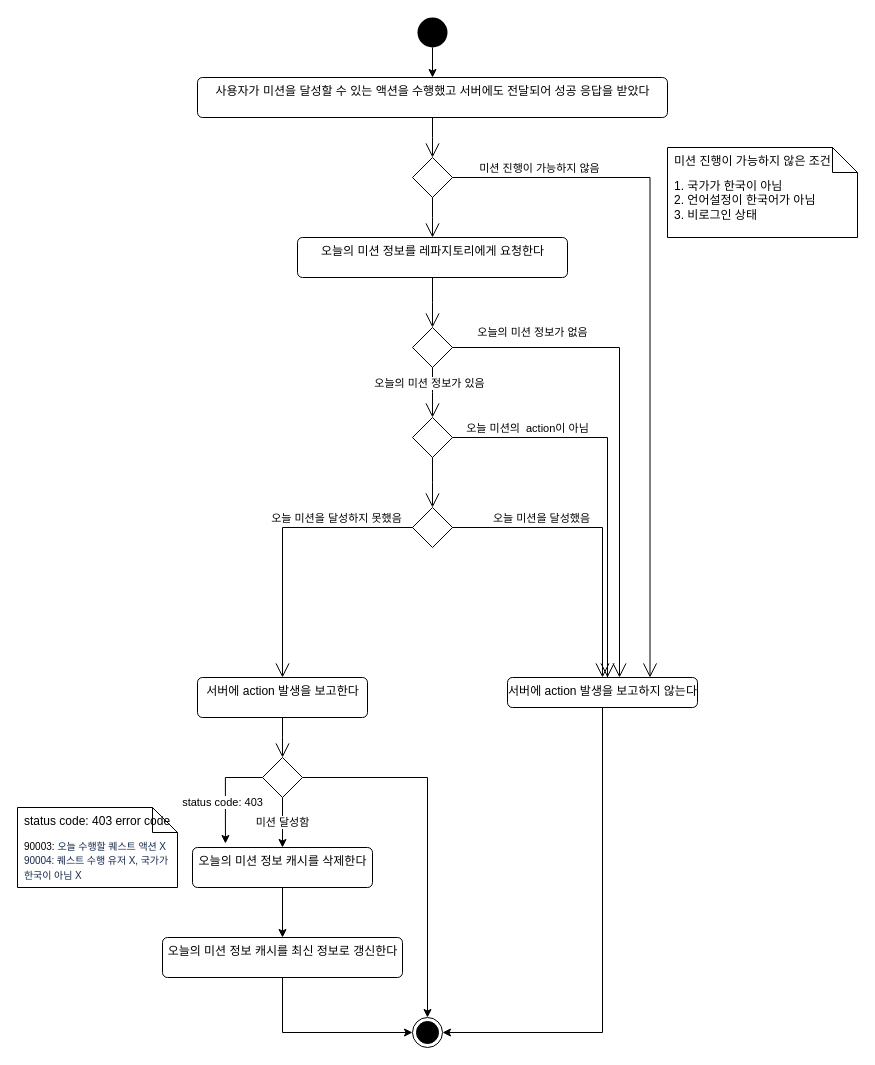
Earlier version of the draw.io diagram Untitled Diagram.drawio (gookhee/diagrams). Source tidied: cells renumbered, new cells numbered last; positions are measured from the earlier drawing's top-left corner, leaving out a move shared by most shapes. Both pictures are drawn from the tidied source at 100%, with x=0, y=0 at pixel (17, 17).
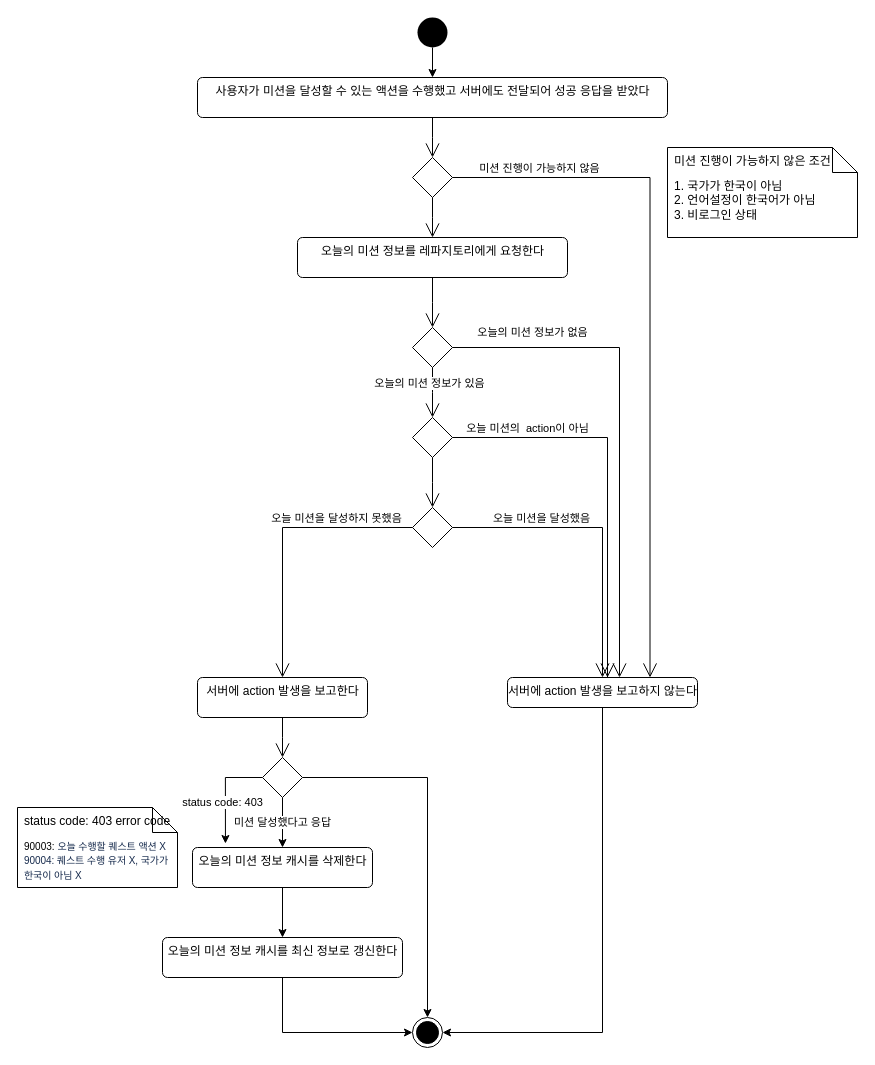
Above is the later version.

The change refers to these unchanged cells:
```xml
<mxCell id="32" style="shape=rhombus;html=1;verticalLabelPosition=bottom;verticalAlignment=top;" parent="1" vertex="1">
  <mxGeometry x="245" y="740" width="40" height="40" as="geometry" />
</mxCell>
<mxCell id="39" value="오늘의 미션 정보 캐시를 삭제한다" style="html=1;align=center;verticalAlign=top;rounded=1;absoluteArcSize=1;arcSize=10;dashed=0;" parent="1" vertex="1">
  <mxGeometry x="175" y="830" width="180" height="40" as="geometry" />
</mxCell>
```

What changed in the source:
```diff
@@
-    <mxCell id="29" value="미션 달성함" style="edgeStyle=orthogonalEdgeStyle;rounded=0;jettySize=auto;html=1;entryX=0.5;entryY=0;entryDx=0;entryDy=0;" parent="1" edge="1" source="32" target="39">
+    <mxCell id="29" value="미션 달성했다고 응답" style="edgeStyle=orthogonalEdgeStyle;rounded=0;jettySize=auto;html=1;entryX=0.5;entryY=0;entryDx=0;entryDy=0;" parent="1" edge="1" source="32" target="39">
       <mxGeometry relative="1" as="geometry" />
     </mxCell>
```
